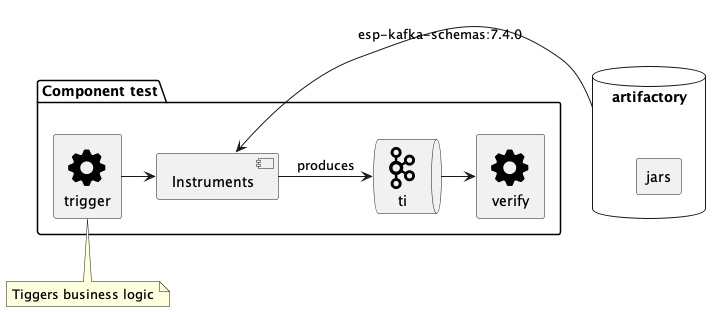
Above: images/src/main/plantuml/producer-component-test.png in vspiliop/kafka-contract-test-producer (PlantUML), before the change. The source it was exported from:
```plantuml
@startuml
!include ./sprites.puml

package "Component test" {
  rectangle "trigger" <<$cog>> as tbl
  queue ti <<$kafka >>
  [Instruments]
  rectangle verify <<$cog>>
}

note bottom of tbl
  Tiggers business logic
end note

database artifactory as ar {
 rectangle jars
}

tbl -> [Instruments]
[Instruments] -> ti: produces
ti -> verify
ar -> [Instruments]: esp-kafka-schemas:7.4.0

@enduml
```
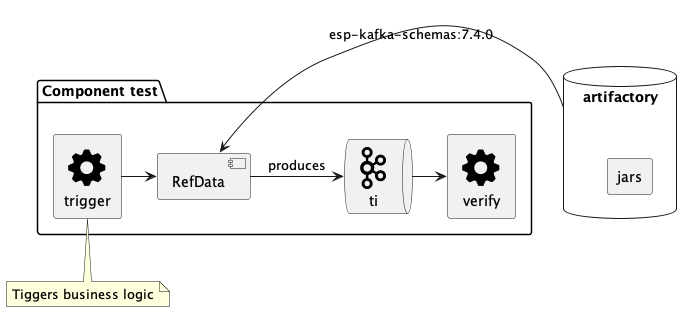
Above is the later version.

Diff of the diagram source:
```diff
@@ -4,7 +4,7 @@
 package "Component test" {
   rectangle "trigger" <<$cog>> as tbl
   queue ti <<$kafka >>
-  [Instruments]
+  [RefData]
   rectangle verify <<$cog>>
 }
 
@@ -16,9 +16,9 @@
  rectangle jars
 }
 
-tbl -> [Instruments]
-[Instruments] -> ti: produces
+tbl -> [RefData]
+[RefData] -> ti: produces
 ti -> verify
-ar -> [Instruments]: esp-kafka-schemas:7.4.0
+ar -> [RefData]: esp-kafka-schemas:7.4.0
 
 @enduml
```
